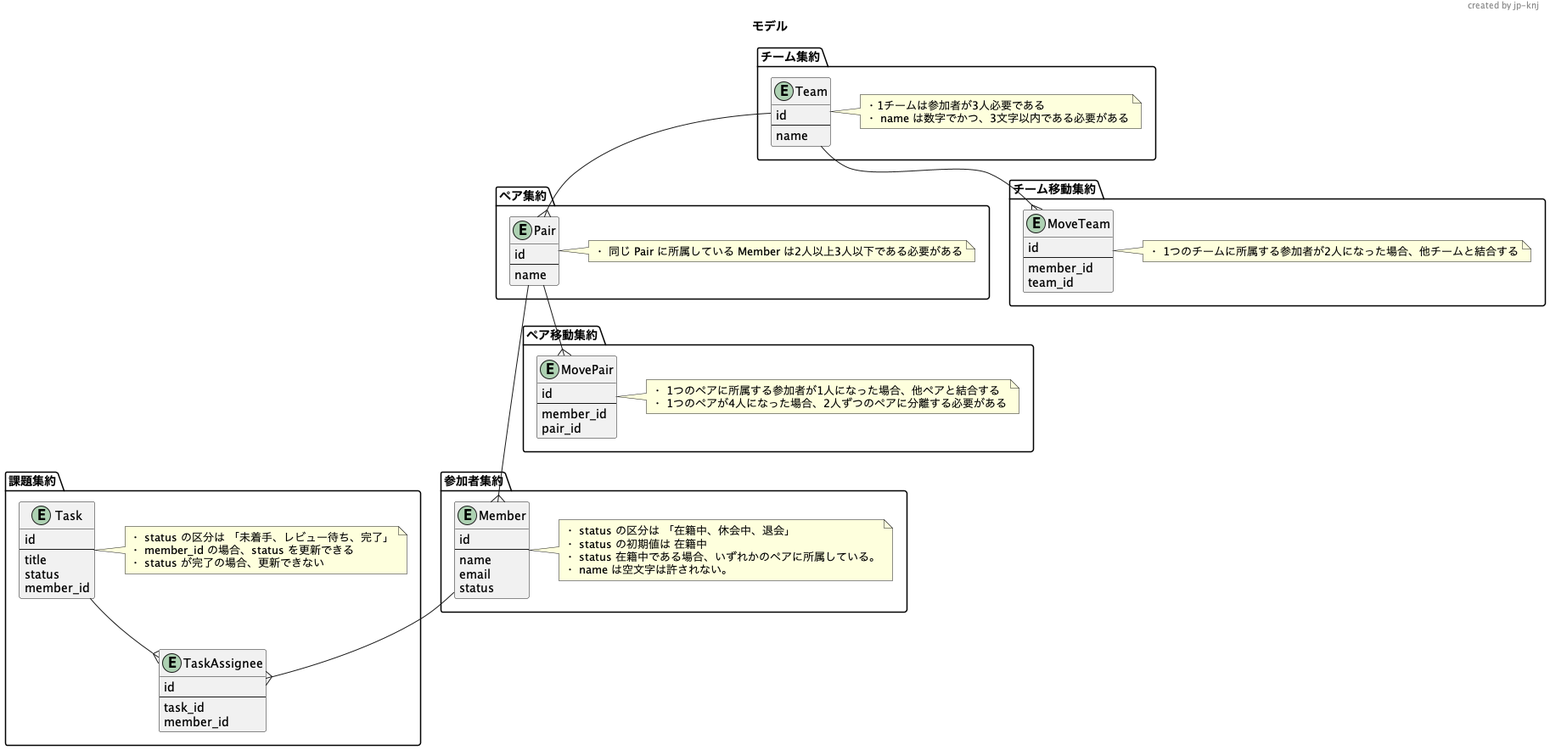
knj-labo/learn_ddd keeps this PlantUML diagram as docs/model.png. Above is the earlier version.
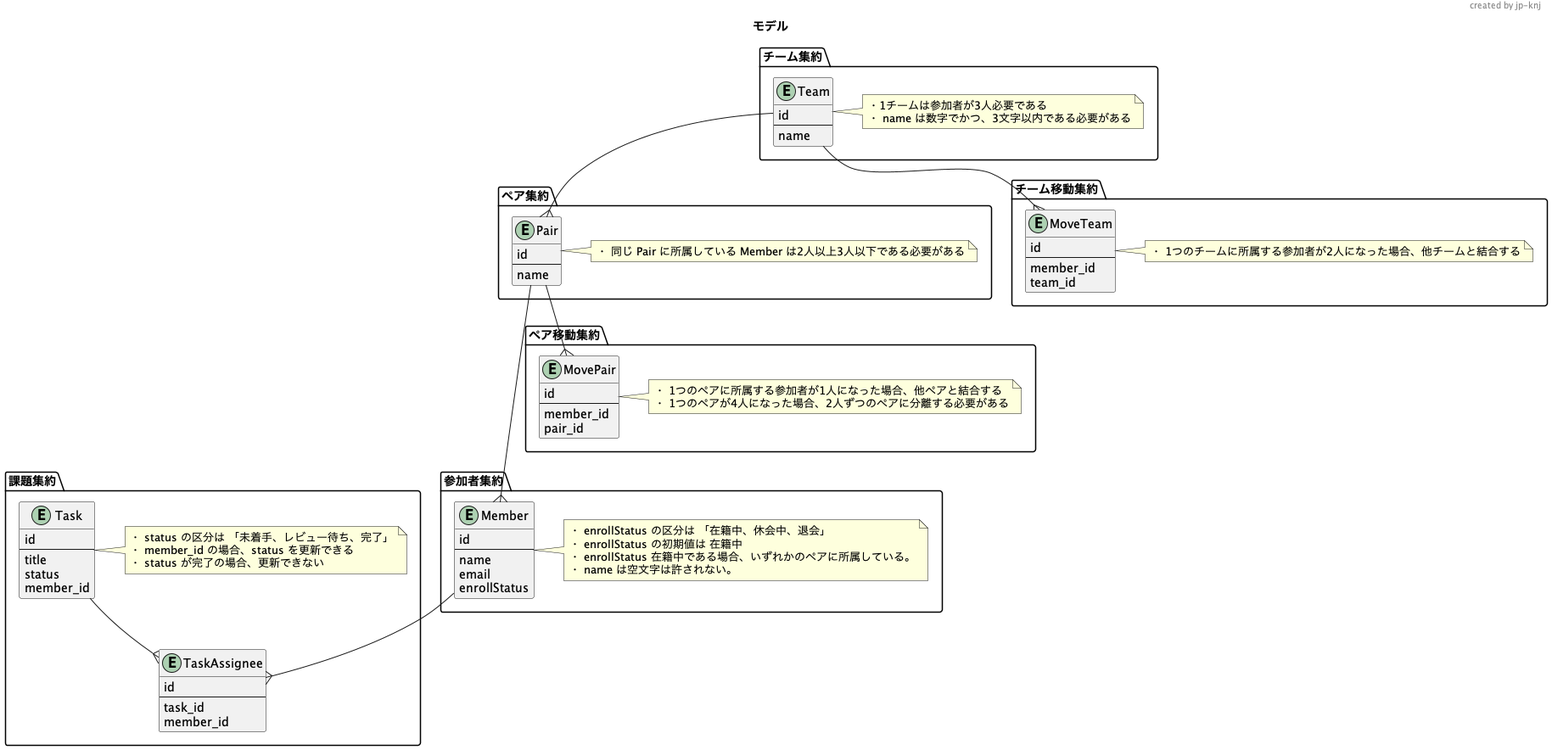
Later version of the same file.

Commit message:
:books: modified member usecase

The edit, as a diff of the source:
```diff
@@ -9,12 +9,12 @@
     ---
     name
     email
-status
+    enrollStatus
   }
   note right of Member
-  ・ status の区分は 「在籍中、休会中、退会」
-  ・ status の初期値は 在籍中
-  ・ status 在籍中である場合、いずれかのペアに所属している。
+  ・ enrollStatus の区分は 「在籍中、休会中、退会」
+  ・ enrollStatus の初期値は 在籍中
+  ・ enrollStatus 在籍中である場合、いずれかのペアに所属している。
   ・ name は空文字は許されない。
   end note
 }
```
